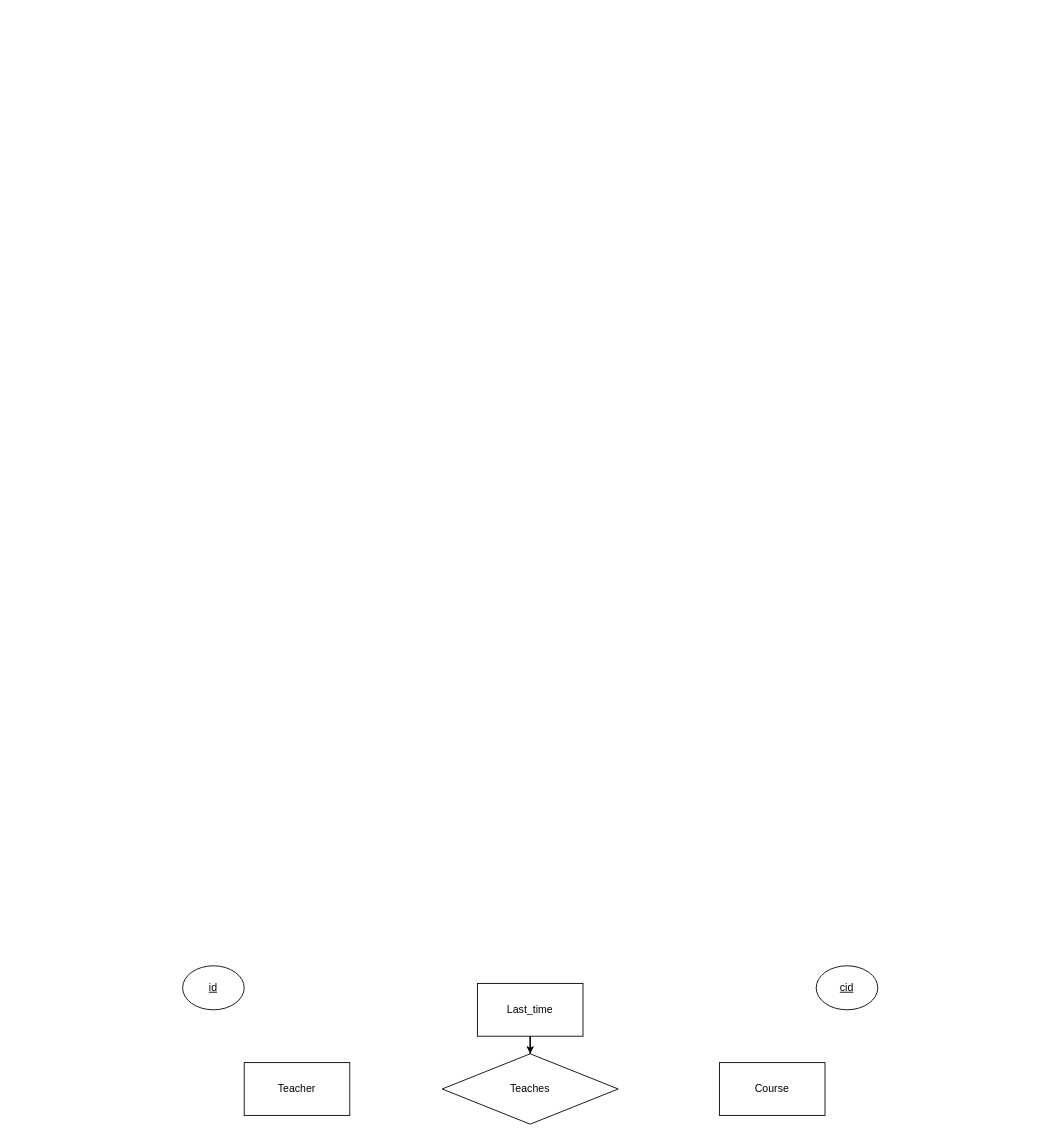
Earlier version of the draw.io diagram CodeCamp/Database/5.5แบบฝึกหัดที่ 1.drawio (NuttakritChulabha/CodeCamp5). Source tidied: cells renumbered, new cells numbered last; positions are measured from the earlier drawing's top-left corner, leaving out a move shared by most shapes. Both pictures are drawn from the tidied source at 88%, with x=0, y=0 at pixel (182, 965).
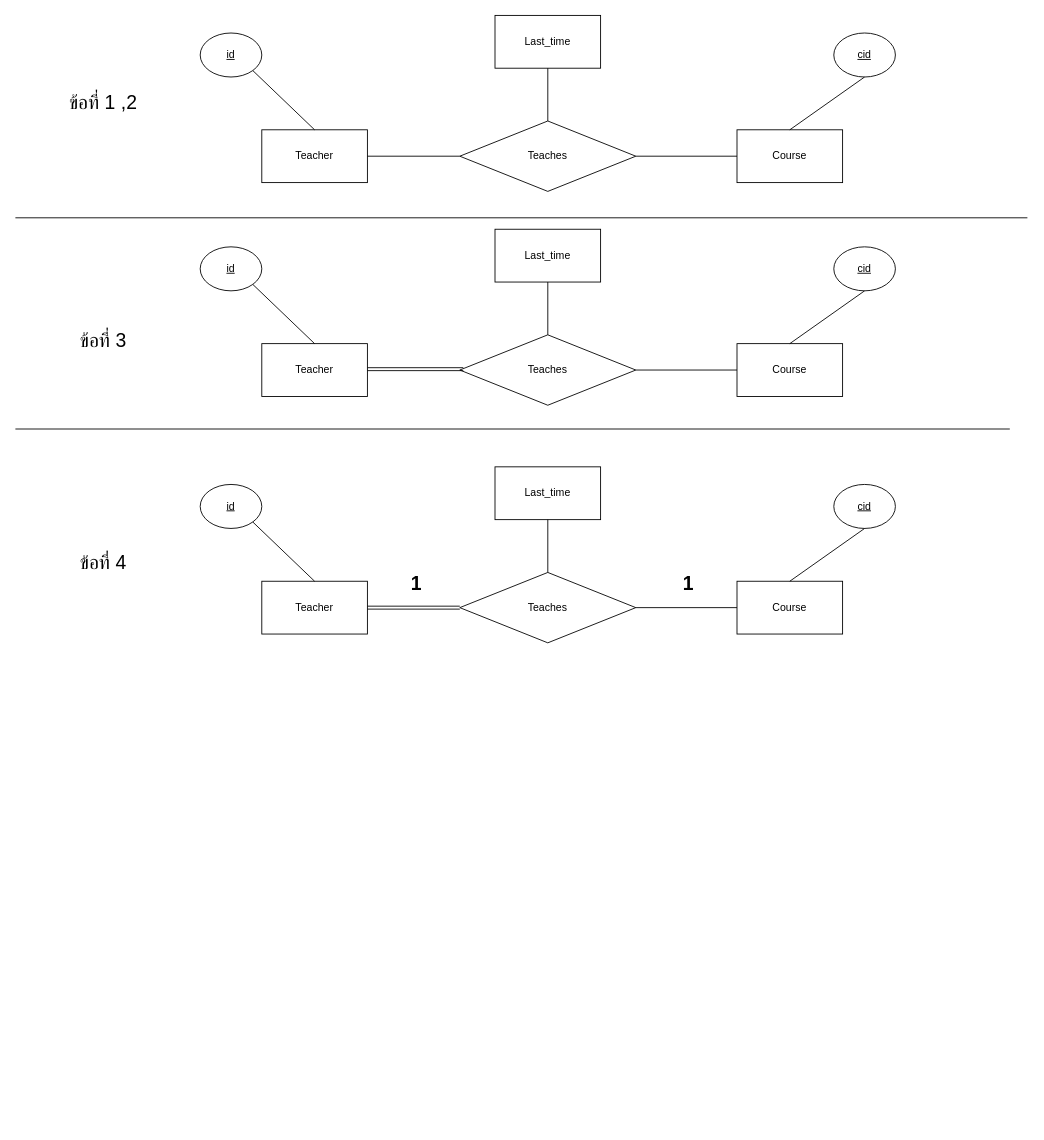
The same page after the edit.

The edit, as a diff of the source:
```diff
@@
-    <mxCell id="2" value="Teaches" style="rhombus;whiteSpace=wrap;html=1;" parent="1" vertex="1">
-      <mxGeometry x="295" y="100" width="200" height="80" as="geometry" />
-    </mxCell>
-    <mxCell id="3" value="Teacher" style="rounded=0;whiteSpace=wrap;html=1;shadow=0;" parent="1" vertex="1">
-      <mxGeometry x="70" y="110" width="120" height="60" as="geometry" />
-    </mxCell>
-    <mxCell id="4" value="Course" style="rounded=0;whiteSpace=wrap;html=1;" parent="1" vertex="1">
-      <mxGeometry x="610" y="110" width="120" height="60" as="geometry" />
-    </mxCell>
-    <mxCell id="5" value="id" style="ellipse;whiteSpace=wrap;html=1;fontStyle=4;" parent="1" vertex="1">
-      <mxGeometry width="70" height="50" as="geometry" />
-    </mxCell>
-    <mxCell id="6" value="cid" style="ellipse;whiteSpace=wrap;html=1;fontStyle=4;" parent="1" vertex="1">
-      <mxGeometry x="720" width="70" height="50" as="geometry" />
-    </mxCell>
-    <mxCell id="7" style="edgeStyle=orthogonalEdgeStyle;rounded=0;jettySize=auto;html=1;" parent="1" edge="1" source="8" target="2">
-      <mxGeometry relative="1" as="geometry" />
-    </mxCell>
-    <mxCell id="8" value="Last_time" style="rounded=0;whiteSpace=wrap;html=1;" parent="1" vertex="1">
-      <mxGeometry x="335" y="20" width="120" height="60" as="geometry" />
-    </mxCell>
+    <mxCell id="9" value="Teaches" style="rhombus;whiteSpace=wrap;html=1;" parent="1" vertex="1">
+      <mxGeometry x="315" y="-960" width="200" height="80" as="geometry" />
+    </mxCell>
+    <mxCell id="10" value="Teacher" style="rounded=0;whiteSpace=wrap;html=1;shadow=0;" parent="1" vertex="1">
+      <mxGeometry x="90" y="-950" width="120" height="60" as="geometry" />
+    </mxCell>
+    <mxCell id="11" value="Course" style="rounded=0;whiteSpace=wrap;html=1;" parent="1" vertex="1">
+      <mxGeometry x="630" y="-950" width="120" height="60" as="geometry" />
+    </mxCell>
+    <mxCell id="12" value="id" style="ellipse;whiteSpace=wrap;html=1;fontStyle=4;" parent="1" vertex="1">
+      <mxGeometry x="20" y="-1060" width="70" height="50" as="geometry" />
+    </mxCell>
+    <mxCell id="13" value="cid" style="ellipse;whiteSpace=wrap;html=1;fontStyle=4;" parent="1" vertex="1">
+      <mxGeometry x="740" y="-1060" width="70" height="50" as="geometry" />
+    </mxCell>
+    <mxCell id="14" value="Last_time" style="rounded=0;whiteSpace=wrap;html=1;" parent="1" vertex="1">
+      <mxGeometry x="355" y="-1080" width="120" height="60" as="geometry" />
+    </mxCell>
+    <mxCell id="15" style="endArrow=none;html=1;entryX=1;entryY=1;entryDx=0;entryDy=0;exitX=0.5;exitY=0;exitDx=0;exitDy=0;" parent="1" edge="1" source="10" target="12">
+      <mxGeometry relative="1" as="geometry" />
+    </mxCell>
+    <mxCell id="16" style="endArrow=none;html=1;entryX=0;entryY=0.5;entryDx=0;entryDy=0;exitX=1;exitY=0.5;exitDx=0;exitDy=0;" parent="1" edge="1" source="9" target="11">
+      <mxGeometry relative="1" as="geometry" />
+    </mxCell>
+    <mxCell id="17" style="endArrow=none;html=1;entryX=0;entryY=0.5;entryDx=0;entryDy=0;entryPerimeter=0;" parent="1" edge="1" source="10" target="9">
+      <mxGeometry relative="1" as="geometry" />
+    </mxCell>
+    <mxCell id="18" style="endArrow=none;html=1;entryX=0.5;entryY=1;entryDx=0;entryDy=0;exitX=0.5;exitY=0;exitDx=0;exitDy=0;" parent="1" edge="1" source="9" target="14">
+      <mxGeometry relative="1" as="geometry" />
+    </mxCell>
+    <mxCell id="19" style="endArrow=none;html=1;entryX=0.5;entryY=1;entryDx=0;entryDy=0;exitX=0.5;exitY=0;exitDx=0;exitDy=0;" parent="1" edge="1" source="11" target="13">
+      <mxGeometry relative="1" as="geometry" />
+    </mxCell>
+    <mxCell id="20" value="Teaches" style="rhombus;whiteSpace=wrap;html=1;" parent="1" vertex="1">
+      <mxGeometry x="315" y="-717" width="200" height="80" as="geometry" />
+    </mxCell>
+    <mxCell id="21" value="Teacher" style="rounded=0;whiteSpace=wrap;html=1;shadow=0;" parent="1" vertex="1">
+      <mxGeometry x="90" y="-707" width="120" height="60" as="geometry" />
+    </mxCell>
+    <mxCell id="22" value="Course" style="rounded=0;whiteSpace=wrap;html=1;" parent="1" vertex="1">
+      <mxGeometry x="630" y="-707" width="120" height="60" as="geometry" />
+    </mxCell>
+    <mxCell id="23" value="id" style="ellipse;whiteSpace=wrap;html=1;fontStyle=4;" parent="1" vertex="1">
+      <mxGeometry x="20" y="-817" width="70" height="50" as="geometry" />
+    </mxCell>
+    <mxCell id="24" value="cid" style="ellipse;whiteSpace=wrap;html=1;fontStyle=4;" parent="1" vertex="1">
+      <mxGeometry x="740" y="-817" width="70" height="50" as="geometry" />
+    </mxCell>
+    <mxCell id="25" value="Last_time" style="rounded=0;whiteSpace=wrap;html=1;" parent="1" vertex="1">
+      <mxGeometry x="355" y="-837" width="120" height="60" as="geometry" />
+    </mxCell>
+    <mxCell id="26" style="endArrow=none;html=1;entryX=1;entryY=1;entryDx=0;entryDy=0;exitX=0.5;exitY=0;exitDx=0;exitDy=0;" parent="1" edge="1" source="21" target="23">
+      <mxGeometry relative="1" as="geometry" />
+    </mxCell>
+    <mxCell id="27" style="endArrow=none;html=1;entryX=0;entryY=0.5;entryDx=0;entryDy=0;exitX=1;exitY=0.5;exitDx=0;exitDy=0;" parent="1" edge="1" source="20" target="22">
+      <mxGeometry relative="1" as="geometry" />
+    </mxCell>
+    <mxCell id="28" style="endArrow=none;html=1;entryX=0.5;entryY=1;entryDx=0;entryDy=0;exitX=0.5;exitY=0;exitDx=0;exitDy=0;" parent="1" edge="1" source="20" target="25">
+      <mxGeometry relative="1" as="geometry" />
+    </mxCell>
+    <mxCell id="29" style="endArrow=none;html=1;entryX=0.5;entryY=1;entryDx=0;entryDy=0;exitX=0.5;exitY=0;exitDx=0;exitDy=0;" parent="1" edge="1" source="22" target="24">
+      <mxGeometry relative="1" as="geometry" />
+    </mxCell>
+    <mxCell id="30" value="Teaches" style="rhombus;whiteSpace=wrap;html=1;" parent="1" vertex="1">
+      <mxGeometry x="315" y="-447" width="200" height="80" as="geometry" />
+    </mxCell>
+    <mxCell id="31" value="Teacher" style="rounded=0;whiteSpace=wrap;html=1;shadow=0;" parent="1" vertex="1">
+      <mxGeometry x="90" y="-437" width="120" height="60" as="geometry" />
+    </mxCell>
+    <mxCell id="32" value="Course" style="rounded=0;whiteSpace=wrap;html=1;" parent="1" vertex="1">
+      <mxGeometry x="630" y="-437" width="120" height="60" as="geometry" />
+    </mxCell>
+    <mxCell id="33" value="id" style="ellipse;whiteSpace=wrap;html=1;fontStyle=4;" parent="1" vertex="1">
+      <mxGeometry x="20" y="-547" width="70" height="50" as="geometry" />
+    </mxCell>
+    <mxCell id="34" value="cid" style="ellipse;whiteSpace=wrap;html=1;fontStyle=4;" parent="1" vertex="1">
+      <mxGeometry x="740" y="-547" width="70" height="50" as="geometry" />
+    </mxCell>
+    <mxCell id="35" value="Last_time" style="rounded=0;whiteSpace=wrap;html=1;" parent="1" vertex="1">
+      <mxGeometry x="355" y="-567" width="120" height="60" as="geometry" />
+    </mxCell>
+    <mxCell id="36" style="endArrow=none;html=1;entryX=1;entryY=1;entryDx=0;entryDy=0;exitX=0.5;exitY=0;exitDx=0;exitDy=0;" parent="1" edge="1" source="31" target="33">
+      <mxGeometry relative="1" as="geometry" />
+    </mxCell>
+    <mxCell id="37" style="endArrow=none;html=1;entryX=0;entryY=0.5;entryDx=0;entryDy=0;exitX=1;exitY=0.5;exitDx=0;exitDy=0;" parent="1" edge="1" source="30" target="32">
+      <mxGeometry relative="1" as="geometry" />
+    </mxCell>
+    <mxCell id="38" style="endArrow=none;html=1;entryX=0.5;entryY=1;entryDx=0;entryDy=0;exitX=0.5;exitY=0;exitDx=0;exitDy=0;" parent="1" edge="1" source="30" target="35">
+      <mxGeometry relative="1" as="geometry" />
+    </mxCell>
+    <mxCell id="39" style="endArrow=none;html=1;entryX=0.5;entryY=1;entryDx=0;entryDy=0;exitX=0.5;exitY=0;exitDx=0;exitDy=0;" parent="1" edge="1" source="32" target="34">
+      <mxGeometry relative="1" as="geometry" />
+    </mxCell>
+    <mxCell id="40" style="shape=link;html=1;width=3.333333333333334;" parent="1" edge="1">
+      <mxGeometry relative="1" as="geometry">
+        <mxPoint x="210" y="-678" as="sourcePoint" />
+        <mxPoint x="319" y="-678" as="targetPoint" />
+      </mxGeometry>
+    </mxCell>
+    <mxCell id="41" style="shape=link;html=1;width=3.333333333333334;" parent="1" edge="1">
+      <mxGeometry relative="1" as="geometry">
+        <mxPoint x="210" y="-407" as="sourcePoint" />
+        <mxPoint x="315" y="-407" as="targetPoint" />
+      </mxGeometry>
+    </mxCell>
+    <mxCell id="42" value="1" style="text;html=1;strokeColor=none;fillColor=none;align=center;verticalAlign=middle;whiteSpace=wrap;rounded=0;sketch=0;fontSize=22;fontStyle=1;" parent="1" vertex="1">
+      <mxGeometry x="241" y="-458" width="50" height="50" as="geometry" />
+    </mxCell>
+    <mxCell id="43" value="1" style="text;html=1;strokeColor=none;fillColor=none;align=center;verticalAlign=middle;whiteSpace=wrap;rounded=0;sketch=0;fontSize=22;fontStyle=1;" parent="1" vertex="1">
+      <mxGeometry x="550" y="-458" width="50" height="50" as="geometry" />
+    </mxCell>
+    <mxCell id="44" style="endArrow=none;html=1;fontSize=22;" parent="1" edge="1">
+      <mxGeometry relative="1" as="geometry">
+        <mxPoint x="-190" y="-850" as="sourcePoint" />
+        <mxPoint x="960" y="-850" as="targetPoint" />
+      </mxGeometry>
+    </mxCell>
+    <mxCell id="45" style="endArrow=none;html=1;fontSize=22;" parent="1" edge="1">
+      <mxGeometry relative="1" as="geometry">
+        <mxPoint x="-190" y="-610" as="sourcePoint" />
+        <mxPoint x="940" y="-610" as="targetPoint" />
+      </mxGeometry>
+    </mxCell>
+    <mxCell id="46" value="ข้อที่ 1 ,2" style="text;html=1;strokeColor=none;fillColor=none;align=center;verticalAlign=middle;whiteSpace=wrap;rounded=0;sketch=0;fontSize=22;" parent="1" vertex="1">
+      <mxGeometry x="-160" y="-1020" width="140" height="80" as="geometry" />
+    </mxCell>
+    <mxCell id="47" value="ข้อที่ 3" style="text;html=1;strokeColor=none;fillColor=none;align=center;verticalAlign=middle;whiteSpace=wrap;rounded=0;sketch=0;fontSize=22;" parent="1" vertex="1">
+      <mxGeometry x="-160" y="-750" width="140" height="80" as="geometry" />
+    </mxCell>
+    <mxCell id="48" value="ข้อที่ 4" style="text;html=1;strokeColor=none;fillColor=none;align=center;verticalAlign=middle;whiteSpace=wrap;rounded=0;sketch=0;fontSize=22;" parent="1" vertex="1">
+      <mxGeometry x="-160" y="-497" width="140" height="80" as="geometry" />
+    </mxCell>
```
